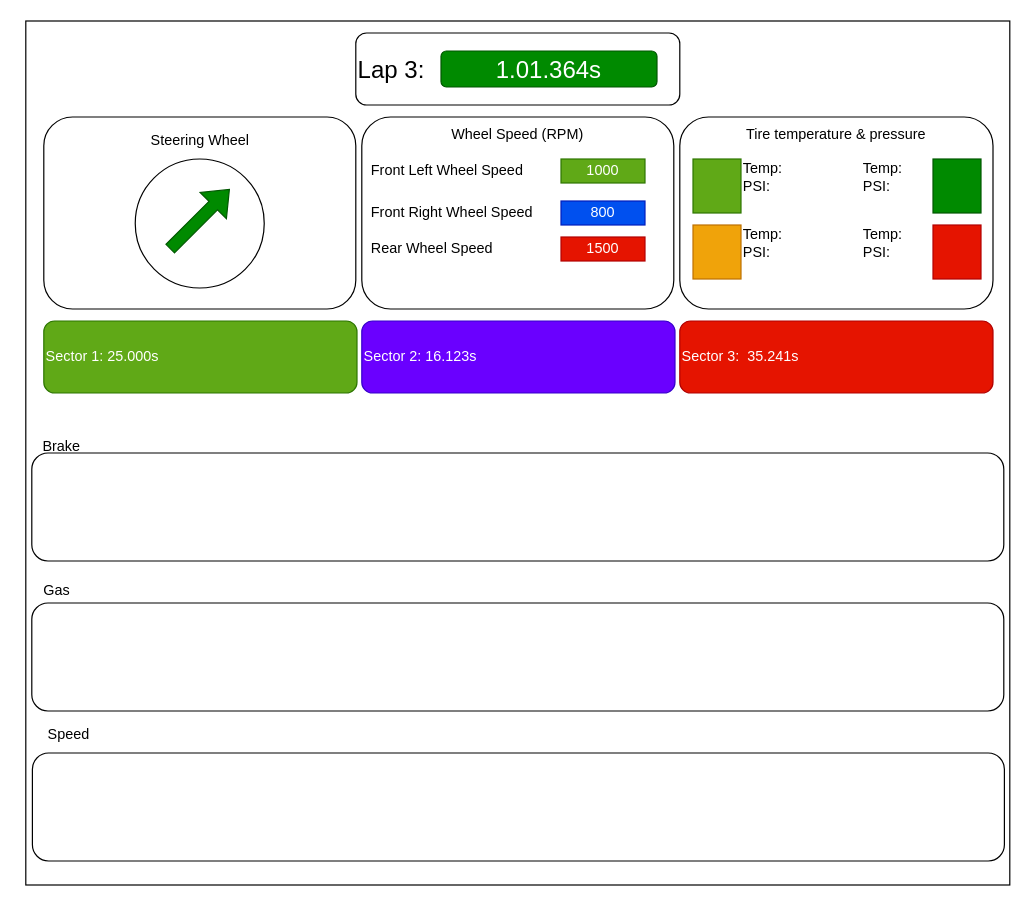
The draw.io diagram page "Lap sub page" (2 of 2) of pictures/WEB View dashboard.drawio in Yobeh-blek/FullSend_Logger, before the edit. Source tidied: cells renumbered, new cells numbered last; positions are measured from the earlier drawing's top-left corner, leaving out a move shared by most shapes. Both pictures are drawn from the tidied source at 120%, with x=0, y=0 at pixel (20, 20).
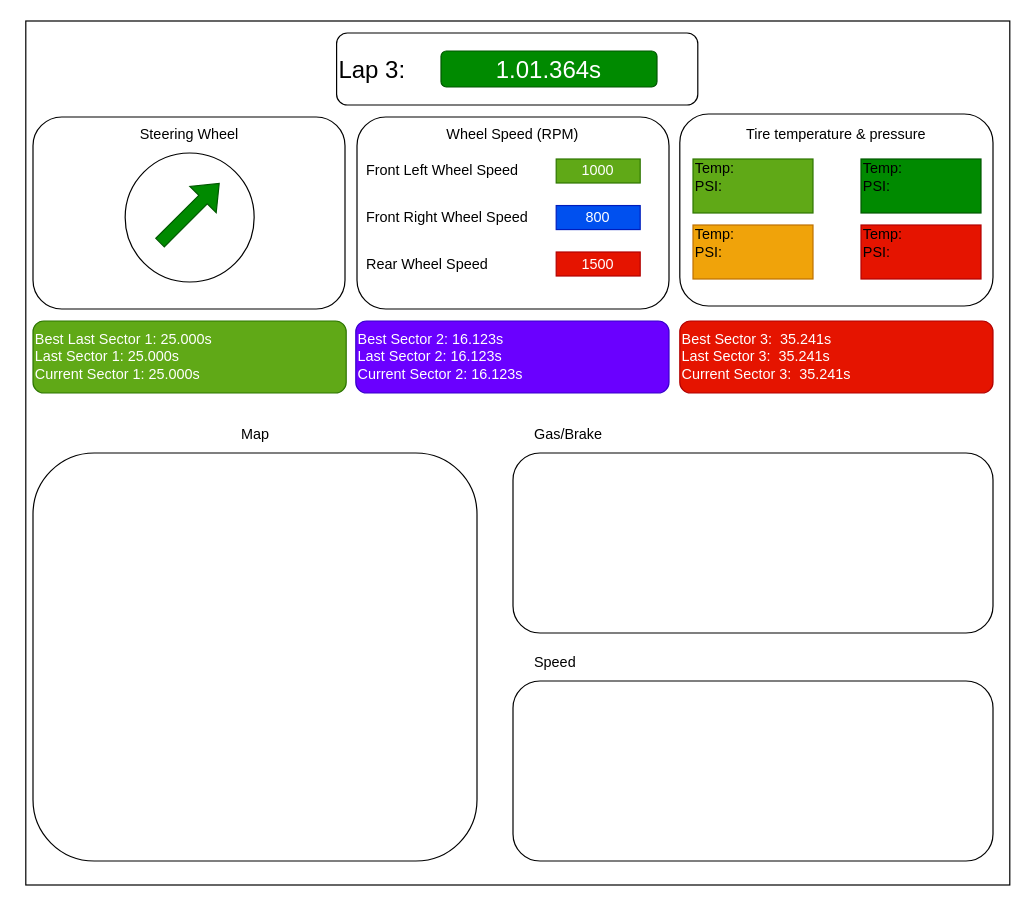
The same page after the edit.

The edit, as a diff of the source:
```diff
@@
     <mxCell id="3" value="&lt;font style=&quot;font-size: 20px;&quot;&gt;Lap 3:&amp;nbsp;&lt;/font&gt;" style="rounded=1;whiteSpace=wrap;html=1;align=left;" parent="1" vertex="1">
-      <mxGeometry x="279" y="10" width="270" height="60" as="geometry" />
+      <mxGeometry x="263" y="10" width="301" height="60" as="geometry" />
     </mxCell>
-    <mxCell id="4" style="rounded=1;whiteSpace=wrap;html=1;" parent="1" vertex="1">
-      <mxGeometry x="9" y="360" width="810" height="90" as="geometry" />
-    </mxCell>
     <mxCell id="5" style="rounded=1;whiteSpace=wrap;html=1;" parent="1" vertex="1">
-      <mxGeometry x="9" y="485" width="810" height="90" as="geometry" />
+      <mxGeometry x="410" y="360" width="400" height="150" as="geometry" />
     </mxCell>
     <mxCell id="6" style="rounded=1;whiteSpace=wrap;html=1;" parent="1" vertex="1">
-      <mxGeometry x="9.5" y="610" width="810" height="90" as="geometry" />
+      <mxGeometry x="410" y="550" width="400" height="150" as="geometry" />
     </mxCell>
-    <mxCell id="7" value="Speed" style="text;html=1;align=center;verticalAlign=middle;whiteSpace=wrap;rounded=0;" parent="1" vertex="1">
-      <mxGeometry x="9.5" y="580" width="60" height="30" as="geometry" />
+    <mxCell id="7" value="Speed" style="text;html=1;align=left;verticalAlign=middle;whiteSpace=wrap;rounded=0;" parent="1" vertex="1">
+      <mxGeometry x="426" y="520" width="60" height="30" as="geometry" />
     </mxCell>
-    <mxCell id="8" value="Gas" style="text;html=1;align=center;verticalAlign=middle;whiteSpace=wrap;rounded=0;" parent="1" vertex="1">
-      <mxGeometry y="460" width="60" height="30" as="geometry" />
+    <mxCell id="8" value="Gas/Brake" style="text;html=1;align=left;verticalAlign=middle;whiteSpace=wrap;rounded=0;" parent="1" vertex="1">
+      <mxGeometry x="426" y="330" width="60" height="30" as="geometry" />
     </mxCell>
-    <mxCell id="9" value="Brake" style="text;html=1;align=center;verticalAlign=middle;whiteSpace=wrap;rounded=0;" parent="1" vertex="1">
-      <mxGeometry x="4" y="340" width="60" height="30" as="geometry" />
-    </mxCell>
     <mxCell id="10" style="rounded=1;whiteSpace=wrap;html=1;" parent="1" vertex="1">
-      <mxGeometry x="19" y="80" width="260" height="160" as="geometry" />
+      <mxGeometry x="10" y="80" width="260" height="160" as="geometry" />
     </mxCell>
     <mxCell id="11" style="rounded=1;whiteSpace=wrap;html=1;" parent="1" vertex="1">
-      <mxGeometry x="549" y="80" width="261" height="160" as="geometry" />
+      <mxGeometry x="549" y="77.5" width="261" height="160" as="geometry" />
     </mxCell>
@@
     <mxCell id="13" style="rounded=0;whiteSpace=wrap;html=1;fillColor=#60a917;fontColor=#ffffff;strokeColor=#2D7600;" parent="1" vertex="1">
-      <mxGeometry x="560" y="115" width="40" height="45" as="geometry" />
+      <mxGeometry x="560" y="115" width="100" height="45" as="geometry" />
     </mxCell>
     <mxCell id="14" style="rounded=0;whiteSpace=wrap;html=1;fillColor=#f0a30a;fontColor=#000000;strokeColor=#BD7000;" parent="1" vertex="1">
-      <mxGeometry x="560" y="170" width="40" height="45" as="geometry" />
+      <mxGeometry x="560" y="170" width="100" height="45" as="geometry" />
     </mxCell>
     <mxCell id="15" style="rounded=0;whiteSpace=wrap;html=1;fillColor=#008a00;fontColor=#ffffff;strokeColor=#005700;" parent="1" vertex="1">
-      <mxGeometry x="760" y="115" width="40" height="45" as="geometry" />
+      <mxGeometry x="700" y="115" width="100" height="45" as="geometry" />
     </mxCell>
     <mxCell id="16" style="rounded=0;whiteSpace=wrap;html=1;fillColor=#e51400;fontColor=#ffffff;strokeColor=#B20000;" parent="1" vertex="1">
-      <mxGeometry x="760" y="170" width="40" height="45" as="geometry" />
+      <mxGeometry x="700" y="170" width="100" height="45" as="geometry" />
     </mxCell>
     <mxCell id="17" value="Temp:&lt;div&gt;PSI:&lt;/div&gt;" style="text;html=1;align=left;verticalAlign=middle;whiteSpace=wrap;rounded=0;" parent="1" vertex="1">
-      <mxGeometry x="600" y="115" width="60" height="30" as="geometry" />
+      <mxGeometry x="560" y="115" width="60" height="30" as="geometry" />
     </mxCell>
     <mxCell id="18" value="Temp:&lt;div&gt;PSI:&lt;/div&gt;" style="text;html=1;align=left;verticalAlign=middle;whiteSpace=wrap;rounded=0;" parent="1" vertex="1">
-      <mxGeometry x="600" y="170" width="60" height="30" as="geometry" />
+      <mxGeometry x="560" y="170" width="60" height="30" as="geometry" />
     </mxCell>
@@
     <mxCell id="22" style="rounded=1;whiteSpace=wrap;html=1;" parent="1" vertex="1">
-      <mxGeometry x="284" y="80" width="260" height="160" as="geometry" />
+      <mxGeometry x="280" y="80" width="260" height="160" as="geometry" />
     </mxCell>
     <mxCell id="23" value="Wheel Speed (RPM)" style="text;html=1;align=center;verticalAlign=middle;whiteSpace=wrap;rounded=0;" parent="1" vertex="1">
-      <mxGeometry x="346" y="80" width="136" height="30" as="geometry" />
+      <mxGeometry x="342" y="80" width="136" height="30" as="geometry" />
     </mxCell>
     <mxCell id="24" value="Front Left Wheel Speed" style="text;html=1;align=left;verticalAlign=middle;whiteSpace=wrap;rounded=0;" parent="1" vertex="1">
-      <mxGeometry x="290" y="110" width="132" height="30" as="geometry" />
+      <mxGeometry x="286" y="110" width="132" height="30" as="geometry" />
     </mxCell>
     <mxCell id="25" value="Front Right Wheel Speed" style="text;html=1;align=left;verticalAlign=middle;whiteSpace=wrap;rounded=0;" parent="1" vertex="1">
-      <mxGeometry x="290" y="145" width="140" height="30" as="geometry" />
+      <mxGeometry x="286" y="148.8" width="140" height="30" as="geometry" />
     </mxCell>
     <mxCell id="26" value="Rear Wheel Speed" style="text;html=1;align=left;verticalAlign=middle;whiteSpace=wrap;rounded=0;" parent="1" vertex="1">
-      <mxGeometry x="290" y="175" width="132" height="30" as="geometry" />
+      <mxGeometry x="286" y="187.5" width="132" height="30" as="geometry" />
     </mxCell>
     <mxCell id="27" value="1000" style="rounded=0;whiteSpace=wrap;html=1;fillColor=#60a917;fontColor=#ffffff;strokeColor=#2D7600;" parent="1" vertex="1">
-      <mxGeometry x="450" y="115" width="70" height="20" as="geometry" />
+      <mxGeometry x="446" y="115" width="70" height="20" as="geometry" />
     </mxCell>
     <mxCell id="28" value="800" style="rounded=0;whiteSpace=wrap;html=1;fillColor=#0050ef;fontColor=#ffffff;strokeColor=#001DBC;" parent="1" vertex="1">
-      <mxGeometry x="450" y="150" width="70" height="20" as="geometry" />
+      <mxGeometry x="446" y="153.8" width="70" height="20" as="geometry" />
     </mxCell>
     <mxCell id="29" value="1500" style="rounded=0;whiteSpace=wrap;html=1;fillColor=#e51400;fontColor=#ffffff;strokeColor=#B20000;" parent="1" vertex="1">
-      <mxGeometry x="450" y="180" width="70" height="20" as="geometry" />
+      <mxGeometry x="446" y="192.5" width="70" height="20" as="geometry" />
     </mxCell>
     <mxCell id="30" value="Steering Wheel" style="text;html=1;align=center;verticalAlign=middle;whiteSpace=wrap;rounded=0;" parent="1" vertex="1">
-      <mxGeometry x="98.5" y="85" width="101" height="30" as="geometry" />
+      <mxGeometry x="90" y="80" width="101" height="30" as="geometry" />
     </mxCell>
     <mxCell id="31" style="ellipse;whiteSpace=wrap;html=1;" parent="1" vertex="1">
-      <mxGeometry x="95.2" y="115" width="107.5" height="107.5" as="geometry" />
+      <mxGeometry x="86.8" y="110" width="107.5" height="107.5" as="geometry" />
     </mxCell>
     <mxCell id="32" style="shape=flexArrow;endArrow=classic;html=1;rounded=0;fillColor=#008a00;strokeColor=#005700;" parent="1" edge="1">
       <mxGeometry relative="1" as="geometry">
-        <mxPoint x="124" y="190" as="sourcePoint" />
-        <mxPoint x="174" y="140" as="targetPoint" />
+        <mxPoint x="115.5" y="185" as="sourcePoint" />
+        <mxPoint x="165.5" y="135" as="targetPoint" />
       </mxGeometry>
     </mxCell>
-    <mxCell id="33" value="Sector 1: 25.000s" style="rounded=1;whiteSpace=wrap;html=1;align=left;fillColor=#60a917;fontColor=#ffffff;strokeColor=#2D7600;" parent="1" vertex="1">
-      <mxGeometry x="19" y="250" width="261" height="60" as="geometry" />
+    <mxCell id="33" value="&lt;div&gt;Best&amp;nbsp;&lt;span style=&quot;background-color: initial;&quot;&gt;Last Sector 1: 25.000s&lt;/span&gt;&lt;/div&gt;Last Sector 1: 25.000s&lt;div&gt;Current Sector 1: 25.000s&lt;br&gt;&lt;/div&gt;" style="rounded=1;whiteSpace=wrap;html=1;align=left;fillColor=#60a917;fontColor=#ffffff;strokeColor=#2D7600;" parent="1" vertex="1">
+      <mxGeometry x="10" y="250" width="261" height="60" as="geometry" />
     </mxCell>
-    <mxCell id="34" value="Sector 2: 16.123s&amp;nbsp;" style="rounded=1;whiteSpace=wrap;html=1;align=left;fillColor=#6a00ff;fontColor=#ffffff;strokeColor=#3700CC;" parent="1" vertex="1">
-      <mxGeometry x="284" y="250" width="261" height="60" as="geometry" />
+    <mxCell id="34" value="Best Sector 2: 16.123s&lt;br&gt;&lt;div&gt;&lt;span style=&quot;background-color: initial;&quot;&gt;Last Sector 2: 16.123s&amp;nbsp;&lt;/span&gt;&lt;/div&gt;&lt;div&gt;&lt;span style=&quot;background-color: initial;&quot;&gt;Current Sector 2: 16.123s&amp;nbsp;&lt;/span&gt;&amp;nbsp;&lt;/div&gt;" style="rounded=1;whiteSpace=wrap;html=1;align=left;fillColor=#6a00ff;fontColor=#ffffff;strokeColor=#3700CC;" parent="1" vertex="1">
+      <mxGeometry x="279" y="250" width="261" height="60" as="geometry" />
     </mxCell>
-    <mxCell id="35" value="Sector 3:&amp;nbsp; 35.241s" style="rounded=1;whiteSpace=wrap;html=1;align=left;fillColor=#e51400;fontColor=#ffffff;strokeColor=#B20000;" parent="1" vertex="1">
+    <mxCell id="35" value="Best Sector 3:&amp;nbsp; 35.241s&lt;div&gt;Last Sector 3:&amp;nbsp; 35.241s&lt;br&gt;&lt;/div&gt;&lt;div&gt;Current Sector 3:&amp;nbsp; 35.241s&lt;br&gt;&lt;/div&gt;" style="rounded=1;whiteSpace=wrap;html=1;align=left;fillColor=#e51400;fontColor=#ffffff;strokeColor=#B20000;" parent="1" vertex="1">
       <mxGeometry x="549" y="250" width="261" height="60" as="geometry" />
     </mxCell>
+    <mxCell id="36" style="rounded=1;whiteSpace=wrap;html=1;" parent="1" vertex="1">
+      <mxGeometry x="10" y="360" width="370" height="340" as="geometry" />
+    </mxCell>
+    <mxCell id="37" value="Map" style="text;html=1;align=center;verticalAlign=middle;strokeColor=none;fillColor=none;" parent="1" vertex="1">
+      <mxGeometry x="170" y="330" width="50" height="30" as="geometry" />
+    </mxCell>
```
